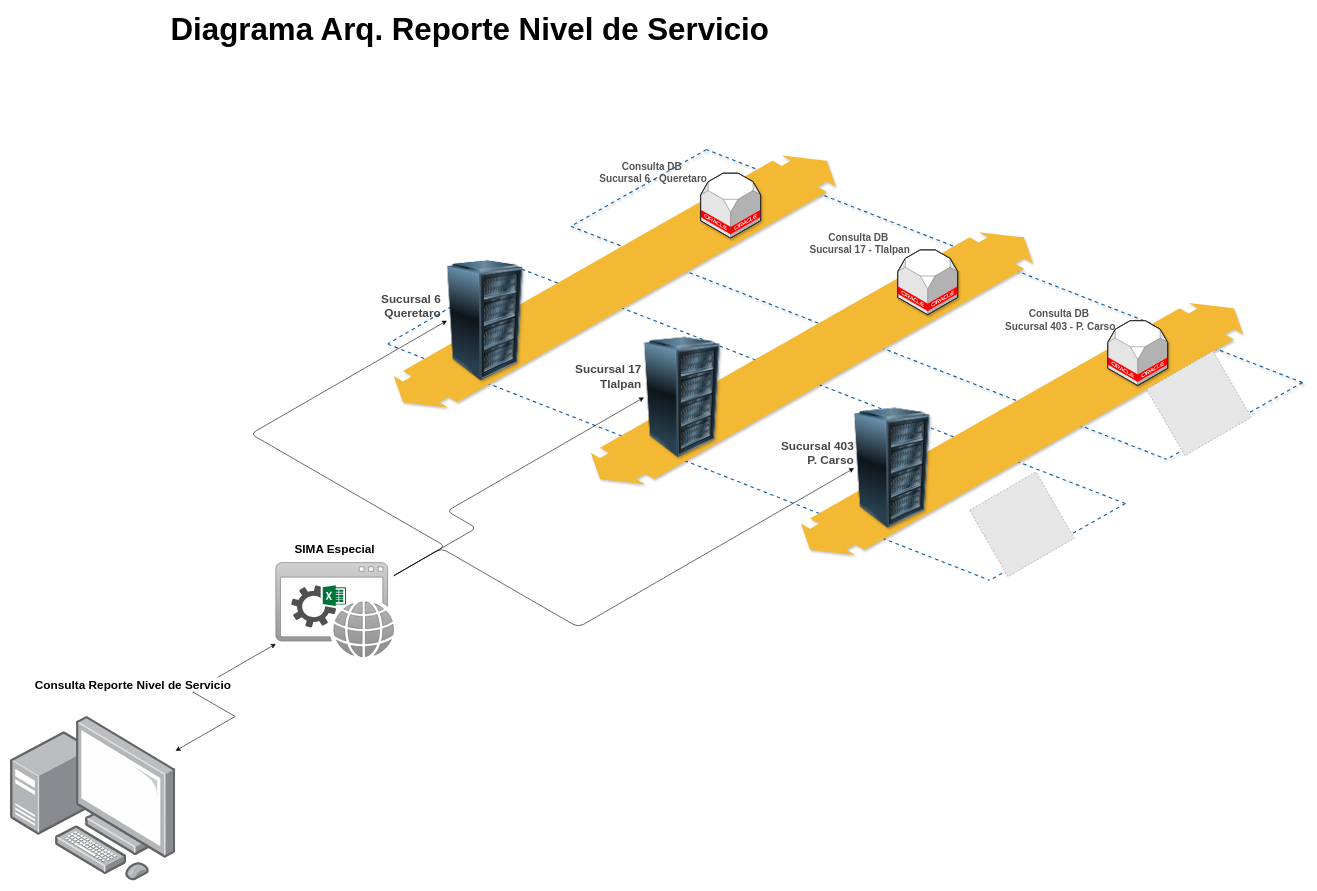
This is Diagrama sin título.drawio from UlisesRam/draw, a draw.io file, before an edit. Source tidied: cells renumbered, new cells numbered last; positions are measured from the earlier drawing's top-left corner, leaving out a move shared by most shapes. Both pictures are drawn from the tidied source at 59%, with x=0, y=0 at pixel (10, 49). Pictures stored in the file or linked from it are replaced by grey dashed boxes.
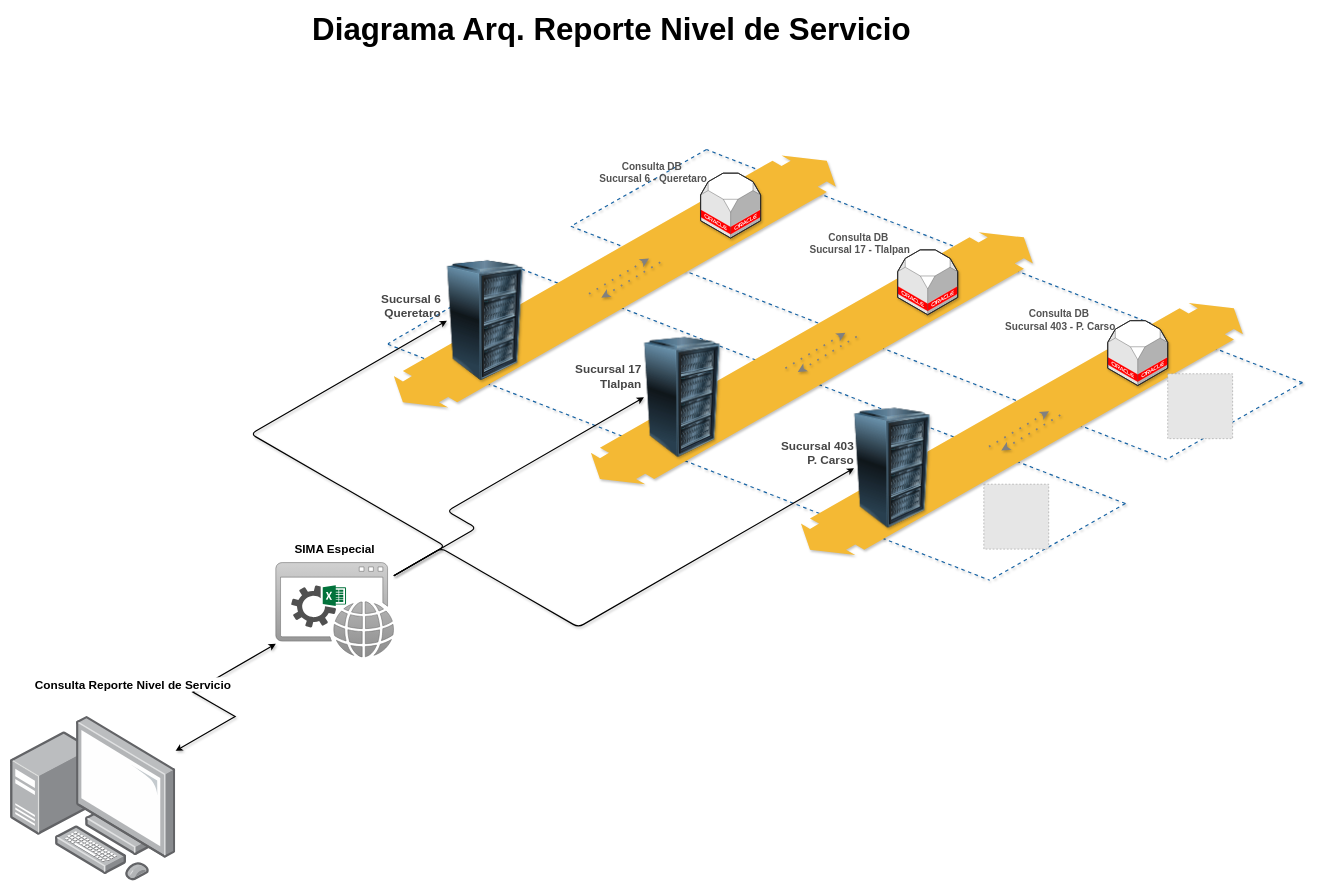
After the change.

The change refers to these unchanged cells:
```xml
<mxCell id="17" style="sketch=0;shadow=0;dashed=0;html=1;strokeColor=#666666;fillColor=#CCCCCC;labelPosition=center;verticalLabelPosition=bottom;verticalAlign=top;outlineConnect=0;align=center;shape=mxgraph.office.concepts.application_web;opacity=90;gradientColor=#808080;" parent="1" vertex="1">
  <mxGeometry x="450" y="870" width="200" height="160" as="geometry" />
</mxCell>
<mxCell id="18" style="image;points=[];html=1;align=center;shadow=0;dashed=0;image=img/lib/allied_telesis/computer_and_terminals/Personal_Computer_with_Server.svg;" parent="1" vertex="1">
  <mxGeometry y="1130" width="280" height="280" as="geometry" />
</mxCell>
<mxCell id="24" style="image;html=1;image=img/lib/clip_art/computers/Server_Rack_128x128.png;shadow=1;textShadow=1;" parent="1" vertex="1">
  <mxGeometry x="1074" y="460" width="130" height="260" as="geometry" />
</mxCell>
<mxCell id="29" style="image;html=1;image=img/lib/clip_art/computers/Server_Rack_128x128.png;shadow=1;textShadow=1;" parent="1" vertex="1">
  <mxGeometry x="1430" y="580" width="130" height="260" as="geometry" />
</mxCell>
<mxCell id="32" style="image;html=1;image=img/lib/clip_art/computers/Server_Rack_128x128.png;shadow=1;textShadow=1;" parent="1" vertex="1">
  <mxGeometry x="740" y="330" width="130" height="260" as="geometry" />
</mxCell>
```

Diff of the diagram source:
```diff
@@
-    <mxCell id="6" style="endArrow=none;dashed=1;html=1;rounded=0;strokeWidth=2;strokeColor=#1662A3;exitX=0.09;exitY=0.003;exitDx=0;exitDy=0;exitPerimeter=0;" parent="1" edge="1">
+    <mxCell id="6" style="endArrow=none;dashed=1;html=1;rounded=0;strokeWidth=2;strokeColor=#1662A3;exitX=0.09;exitY=0.003;exitDx=0;exitDy=0;exitPerimeter=0;shadow=1;textShadow=1;" parent="1" edge="1">
       <mxGeometry relative="1" as="geometry">
         <mxPoint x="861.7" y="370" as="sourcePoint" />
         <mxPoint x="640" y="499.2" as="targetPoint" />
       </mxGeometry>
     </mxCell>
-    <mxCell id="7" style="endArrow=none;dashed=1;html=1;rounded=0;fillColor=#dae8fc;gradientColor=#7ea6e0;strokeColor=#1662A3;strokeWidth=2;" parent="1" edge="1">
+    <mxCell id="7" style="endArrow=none;dashed=1;html=1;rounded=0;fillColor=#dae8fc;gradientColor=#7ea6e0;strokeColor=#1662A3;strokeWidth=2;shadow=1;textShadow=1;" parent="1" edge="1">
       <mxGeometry relative="1" as="geometry">
         <mxPoint x="1890" y="770" as="sourcePoint" />
         <mxPoint x="860" y="370" as="targetPoint" />
       </mxGeometry>
     </mxCell>
-    <mxCell id="8" style="endArrow=none;dashed=1;html=1;rounded=0;strokeWidth=2;strokeColor=#1662A3;" parent="1" edge="1">
+    <mxCell id="8" style="endArrow=none;dashed=1;html=1;rounded=0;strokeWidth=2;strokeColor=#1662A3;shadow=1;textShadow=1;" parent="1" edge="1">
       <mxGeometry relative="1" as="geometry">
         <mxPoint x="640" y="500" as="sourcePoint" />
         <mxPoint x="1660" y="900" as="targetPoint" />
       </mxGeometry>
     </mxCell>
@@
-    <mxCell id="11" style="endArrow=none;dashed=1;html=1;rounded=0;strokeWidth=2;strokeColor=#1662A3;" parent="1" edge="1">
+    <mxCell id="11" style="endArrow=none;dashed=1;html=1;rounded=0;strokeWidth=2;strokeColor=#1662A3;shadow=1;textShadow=1;" parent="1" edge="1">
       <mxGeometry relative="1" as="geometry">
         <mxPoint x="1890" y="770" as="sourcePoint" />
         <mxPoint x="1660" y="900" as="targetPoint" />
       </mxGeometry>
     </mxCell>
@@
-    <mxCell id="13" style="endArrow=classic;html=1;rounded=1;edgeStyle=isometricEdgeStyle;entryX=0;entryY=0.5;entryDx=0;entryDy=0;" parent="1" edge="1" source="17" target="32">
+    <mxCell id="13" style="endArrow=classic;html=1;rounded=1;edgeStyle=isometricEdgeStyle;entryX=0;entryY=0.5;entryDx=0;entryDy=0;shadow=1;textShadow=1;flowAnimation=1;strokeWidth=2;" parent="1" edge="1" source="17" target="32">
       <mxGeometry relative="1" as="geometry">
         <Array as="points">
           <mxPoint x="560" y="740" />
         </Array>
       </mxGeometry>
     </mxCell>
@@
-    <mxCell id="20" style="endArrow=classic;startArrow=classic;html=1;rounded=0;edgeStyle=isometricEdgeStyle;flowAnimation=1;" parent="1" edge="1" source="18" target="17">
+    <mxCell id="20" style="endArrow=classic;startArrow=classic;html=1;rounded=0;edgeStyle=isometricEdgeStyle;flowAnimation=1;shadow=1;textShadow=1;strokeWidth=2;" parent="1" edge="1" source="18" target="17">
       <mxGeometry relative="1" as="geometry" />
     </mxCell>
-    <mxCell id="21" style="endArrow=classic;html=1;rounded=1;edgeStyle=isometricEdgeStyle;entryX=0;entryY=0.5;entryDx=0;entryDy=0;flowAnimation=0;" parent="1" edge="1" source="17" target="24">
+    <mxCell id="21" style="endArrow=classic;html=1;rounded=1;edgeStyle=isometricEdgeStyle;entryX=0;entryY=0.5;entryDx=0;entryDy=0;flowAnimation=1;shadow=1;textShadow=1;strokeWidth=2;" parent="1" edge="1" source="17" target="24">
       <mxGeometry relative="1" as="geometry">
         <Array as="points">
           <mxPoint x="770" y="800" />
         </Array>
       </mxGeometry>
     </mxCell>
-    <mxCell id="22" style="endArrow=classic;html=1;rounded=1;edgeStyle=isometricEdgeStyle;entryX=0;entryY=0.5;entryDx=0;entryDy=0;" parent="1" edge="1" source="17" target="29">
+    <mxCell id="22" style="endArrow=classic;html=1;rounded=1;edgeStyle=isometricEdgeStyle;entryX=0;entryY=0.5;entryDx=0;entryDy=0;strokeWidth=2;flowAnimation=1;shadow=1;textShadow=1;" parent="1" edge="1" source="17" target="29">
       <mxGeometry relative="1" as="geometry">
         <Array as="points">
           <mxPoint x="790" y="880" />
         </Array>
       </mxGeometry>
     </mxCell>
@@
     <mxCell id="34" value="&lt;font style=&quot;font-size: 53px;&quot;&gt;Diagrama Arq. Reporte Nivel de Servicio&lt;/font&gt;" style="edgeLabel;html=1;align=left;verticalAlign=bottom;fontStyle=1;fontSize=20;fontColor=#000000;" parent="1" vertex="1">
-      <mxGeometry x="270" as="geometry" />
+      <mxGeometry x="510" as="geometry" />
     </mxCell>
-    <mxCell id="35" style="fillColor=#E6E6E6;strokeColor=#999999;dashed=1;verticalLabelPosition=bottom;labelBackgroundColor=default;verticalAlign=top;rotation=-30;" parent="1" vertex="1">
-      <mxGeometry x="1649.6" y="740" width="130" height="130" as="geometry" />
-    </mxCell>
-    <mxCell id="36" style="fillColor=#E6E6E6;strokeColor=#999999;dashed=1;verticalLabelPosition=bottom;labelBackgroundColor=default;verticalAlign=top;rotation=-30;" parent="1" vertex="1">
-      <mxGeometry x="1949.6" y="535" width="130" height="130" as="geometry" />
-    </mxCell>
+    <mxCell id="37" style="endArrow=classic;html=1;rounded=1;flowAnimation=1;strokeWidth=3;curved=0;strokeColor=#808080;dashed=1;dashPattern=1 4;shadow=1;textShadow=1;" parent="1" edge="1">
+      <mxGeometry relative="1" as="geometry">
+        <mxPoint x="1658.7" y="673.5" as="sourcePoint" />
+        <mxPoint x="1760.5" y="613.6" as="targetPoint" />
+      </mxGeometry>
+    </mxCell>
+    <mxCell id="38" style="endArrow=classic;html=1;rounded=1;flowAnimation=1;strokeWidth=3;curved=0;strokeColor=#808080;dashed=1;dashPattern=1 4;shadow=1;textShadow=1;" parent="1" edge="1">
+      <mxGeometry relative="1" as="geometry">
+        <mxPoint x="1779.6" y="620" as="sourcePoint" />
+        <mxPoint x="1679.6" y="680" as="targetPoint" />
+      </mxGeometry>
+    </mxCell>
+    <mxCell id="39" style="endArrow=classic;html=1;rounded=1;flowAnimation=1;strokeWidth=3;curved=0;strokeColor=#808080;dashed=1;dashPattern=1 4;shadow=1;textShadow=1;" parent="1" edge="1">
+      <mxGeometry relative="1" as="geometry">
+        <mxPoint x="1313.7" y="540.5" as="sourcePoint" />
+        <mxPoint x="1415.5" y="480.6" as="targetPoint" />
+      </mxGeometry>
+    </mxCell>
+    <mxCell id="40" style="endArrow=classic;html=1;rounded=1;flowAnimation=1;strokeWidth=3;curved=0;strokeColor=#808080;dashed=1;dashPattern=1 4;shadow=1;textShadow=1;" parent="1" edge="1">
+      <mxGeometry relative="1" as="geometry">
+        <mxPoint x="1434.6" y="487" as="sourcePoint" />
+        <mxPoint x="1334.6" y="547" as="targetPoint" />
+      </mxGeometry>
+    </mxCell>
+    <mxCell id="41" style="endArrow=classic;html=1;rounded=1;flowAnimation=1;strokeWidth=3;curved=0;strokeColor=#808080;dashed=1;dashPattern=1 4;shadow=1;textShadow=1;" parent="1" edge="1">
+      <mxGeometry relative="1" as="geometry">
+        <mxPoint x="980.7" y="414.5" as="sourcePoint" />
+        <mxPoint x="1082.5" y="354.6" as="targetPoint" />
+      </mxGeometry>
+    </mxCell>
+    <mxCell id="42" style="endArrow=classic;html=1;rounded=1;flowAnimation=1;strokeWidth=3;curved=0;strokeColor=#808080;dashed=1;dashPattern=1 4;shadow=1;textShadow=1;" parent="1" edge="1">
+      <mxGeometry relative="1" as="geometry">
+        <mxPoint x="1101.6" y="361" as="sourcePoint" />
+        <mxPoint x="1001.6" y="421" as="targetPoint" />
+      </mxGeometry>
+    </mxCell>
+    <mxCell id="43" style="fillColor=#E6E6E6;strokeColor=#999999;dashed=1;verticalLabelPosition=bottom;labelBackgroundColor=default;verticalAlign=top;rotation=0;fontSize=11;" parent="1" vertex="1">
+      <mxGeometry x="1650" y="737.2" width="110" height="110" as="geometry" />
+    </mxCell>
+    <mxCell id="44" style="fillColor=#E6E6E6;strokeColor=#999999;dashed=1;verticalLabelPosition=bottom;labelBackgroundColor=default;verticalAlign=top;rotation=0;fontSize=11;" parent="1" vertex="1">
+      <mxGeometry x="1961.7" y="550" width="110" height="110" as="geometry" />
+    </mxCell>
```
